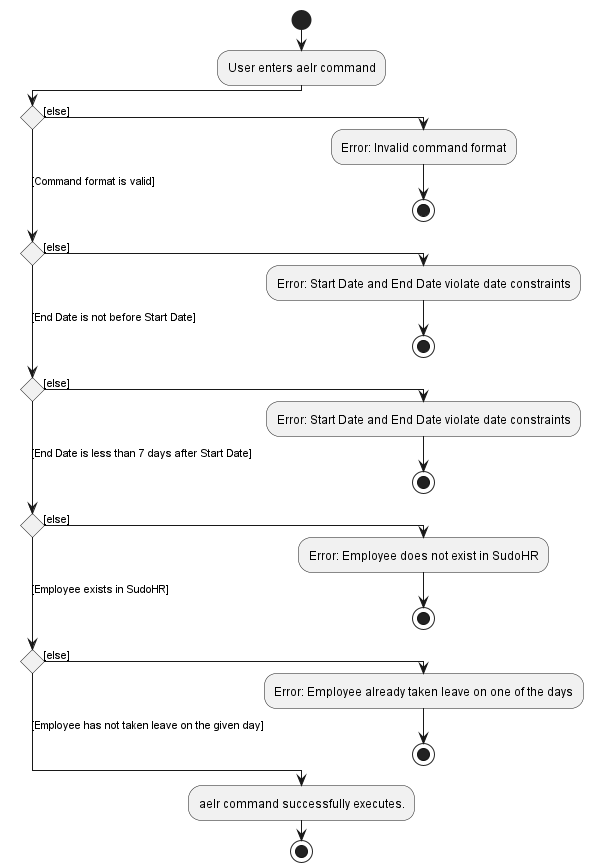
This is docs/images/commands/leave/AddEmployeeToLeaveFromToActivityDiagram.png from nus-cs2103-AY2223S2/tp, a PlantUML export, as it was before one commit. Its source is kept beside it as docs/diagrams/commands/leaves/AddEmployeeToLeaveFromToActivityDiagram.puml.
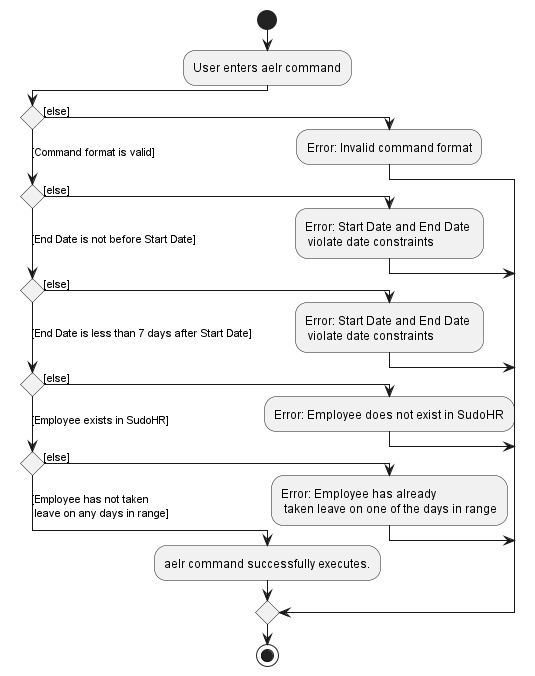
After the change.

Commit message:
Change uml diagram to merge

Diff of the diagram source:
```diff
@@ -4,20 +4,16 @@
 :User enters aelr command;
 if () then ([else])
   :Error: Invalid command format;
-  stop
 ([Command format is valid]) elseif () then ([else])
-  :Error: Start Date and End Date violate date constraints;
-  stop
+  :Error: Start Date and End Date \n violate date constraints;
 ([End Date is not before Start Date]) elseif () then ([else])
-  :Error: Start Date and End Date violate date constraints;
-  stop
+  :Error: Start Date and End Date \n violate date constraints;
 ([End Date is less than 7 days after Start Date]) elseif () then ([else])
   :Error: Employee does not exist in SudoHR;
-  stop
 ([Employee exists in SudoHR]) elseif () then ([else])
-  :Error: Employee already taken leave on one of the days;
-  stop
- else ([Employee has not taken leave on the given day])
+  :Error: Employee has already \n taken leave on one of the days in range;
+ else ([Employee has not taken \n leave on any days in range])
   :aelr command successfully executes.;
+endif
 stop
 @enduml
```
